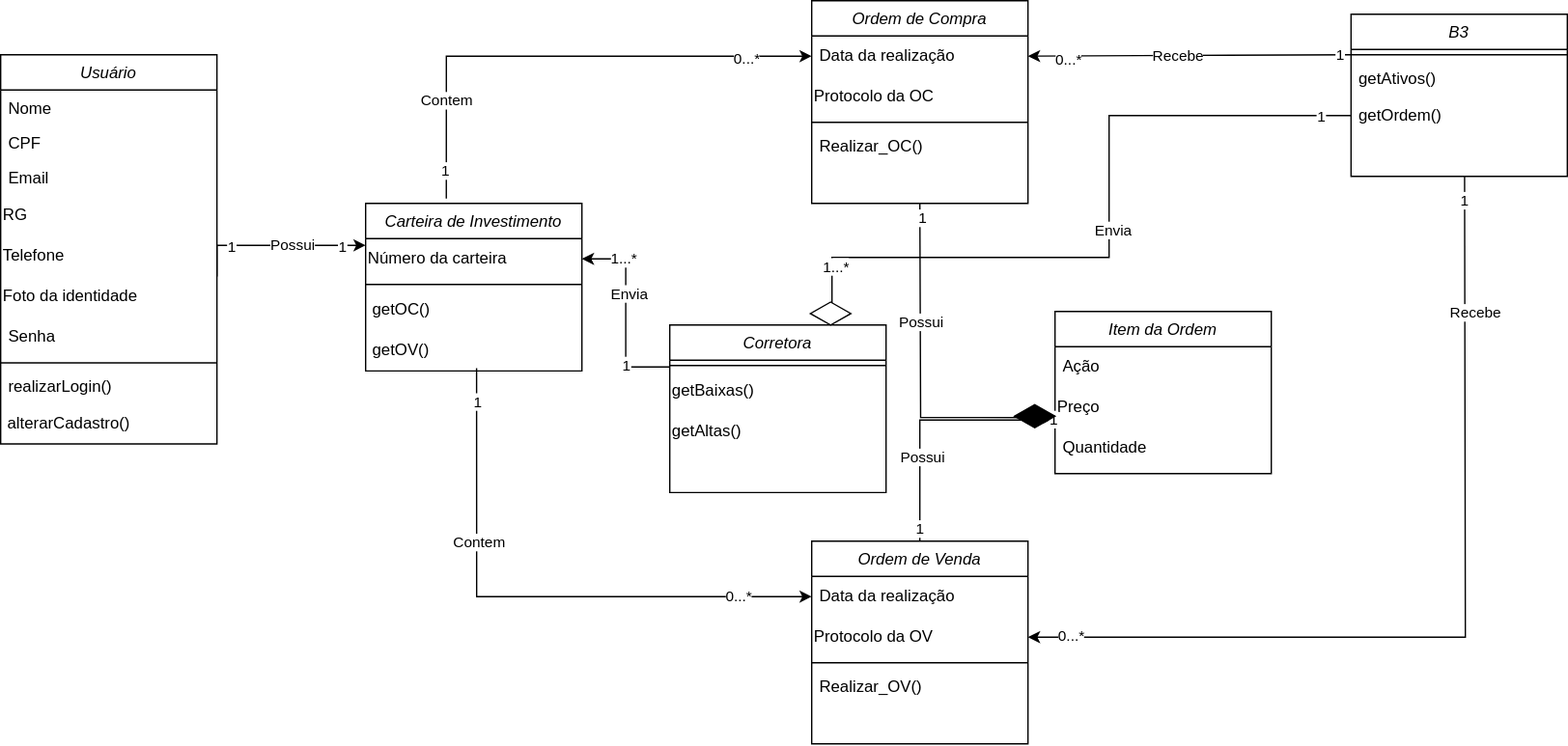
Before: Diagrama de classe.drawio.svg, a diagram exported from draw.io (JesCat16/Projeto01_Modelagem_De_Software). Source tidied: cells renumbered, new cells last; positions are measured from the earlier drawing's top-left corner, leaving out a move shared by most shapes.
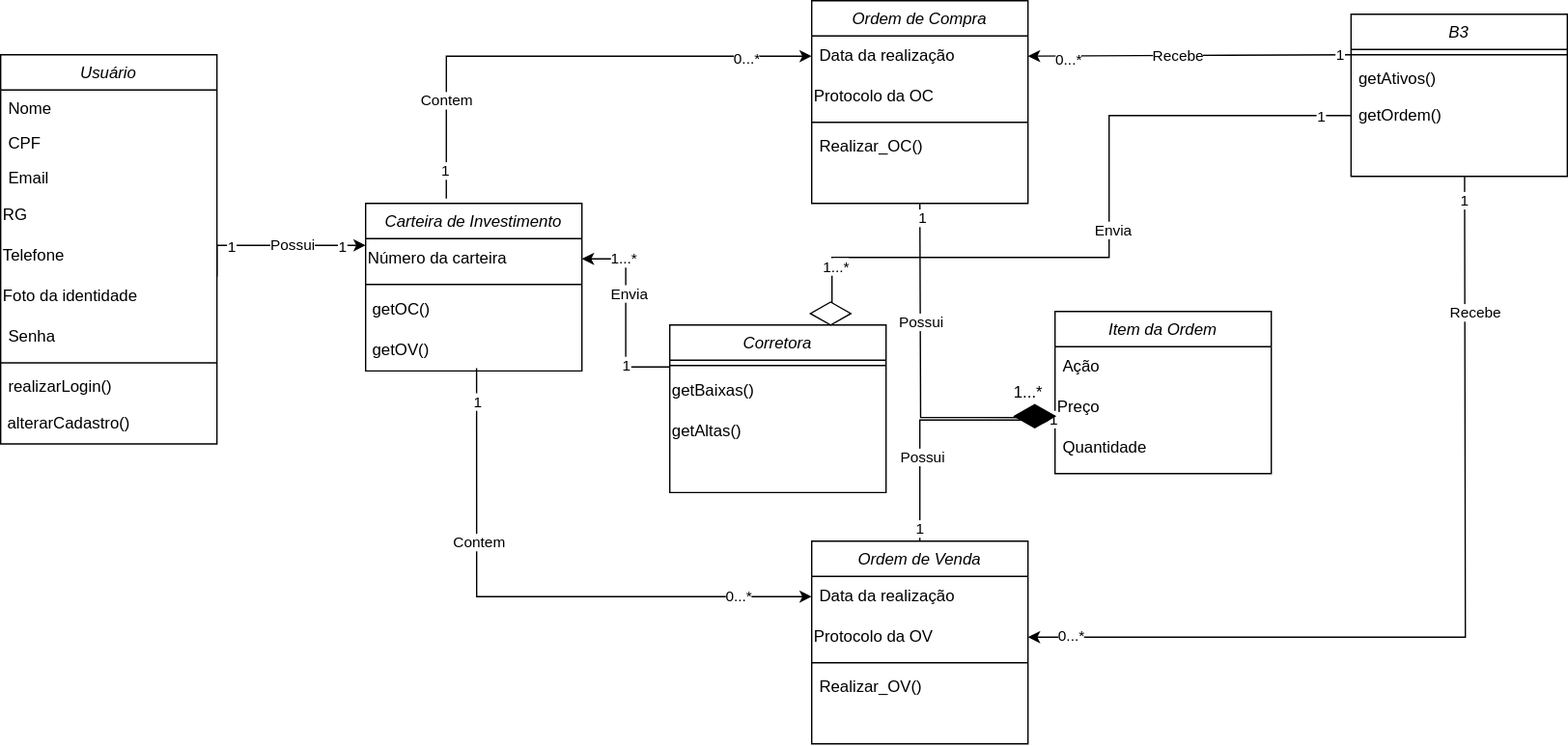
After the change.

Diff of the diagram source:
```diff
@@ -274,5 +274,8 @@
     <mxCell id="77" style="rhombus;whiteSpace=wrap;html=1;" parent="1" vertex="1">
       <mxGeometry x="599" y="223" width="30" height="17" as="geometry" />
     </mxCell>
+    <mxCell id="78" value="1...*" style="text;html=1;align=center;verticalAlign=middle;strokeColor=none;fillColor=none;" parent="1" vertex="1">
+      <mxGeometry x="740" y="275" width="40" height="30" as="geometry" />
+    </mxCell>
   </root>
 </mxGraphModel>
```
